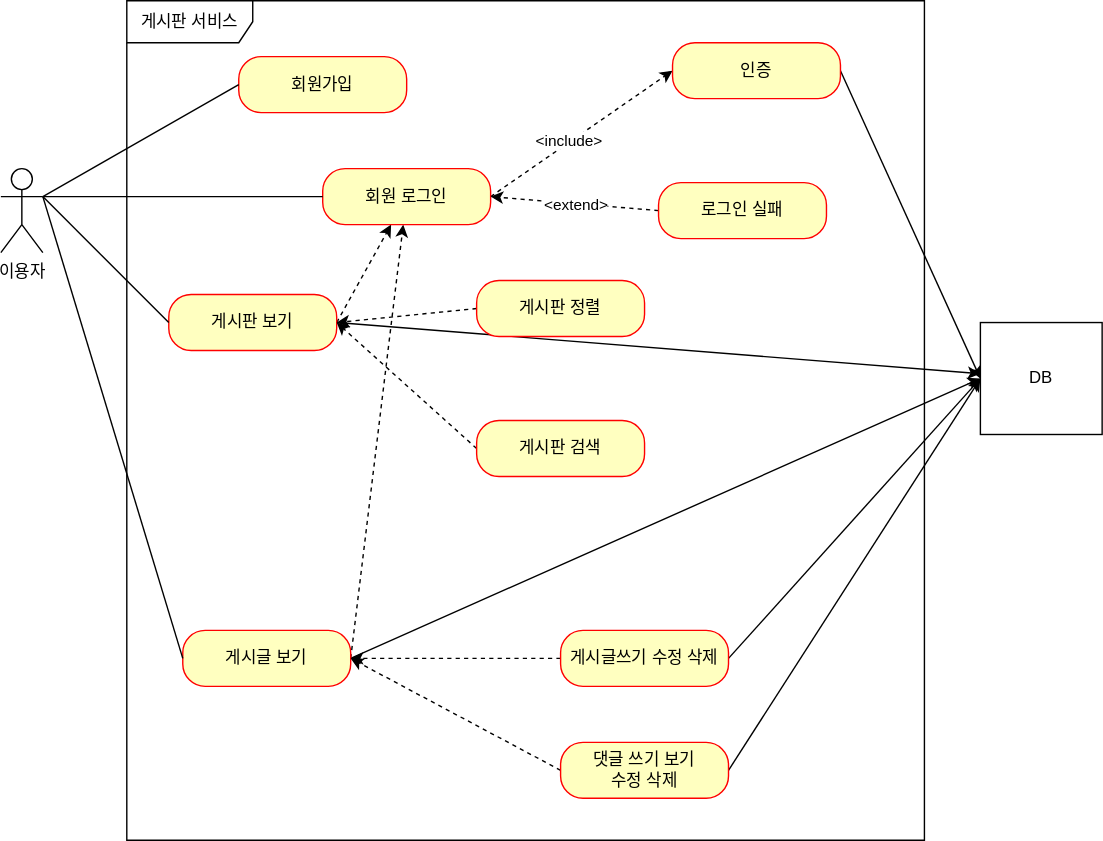
Earlier version of the draw.io export document/use-case.svg (Minzion0/project-board). Source tidied: cells renumbered, new cells last; positions are measured from the earlier drawing's top-left corner, leaving out a move shared by most shapes.
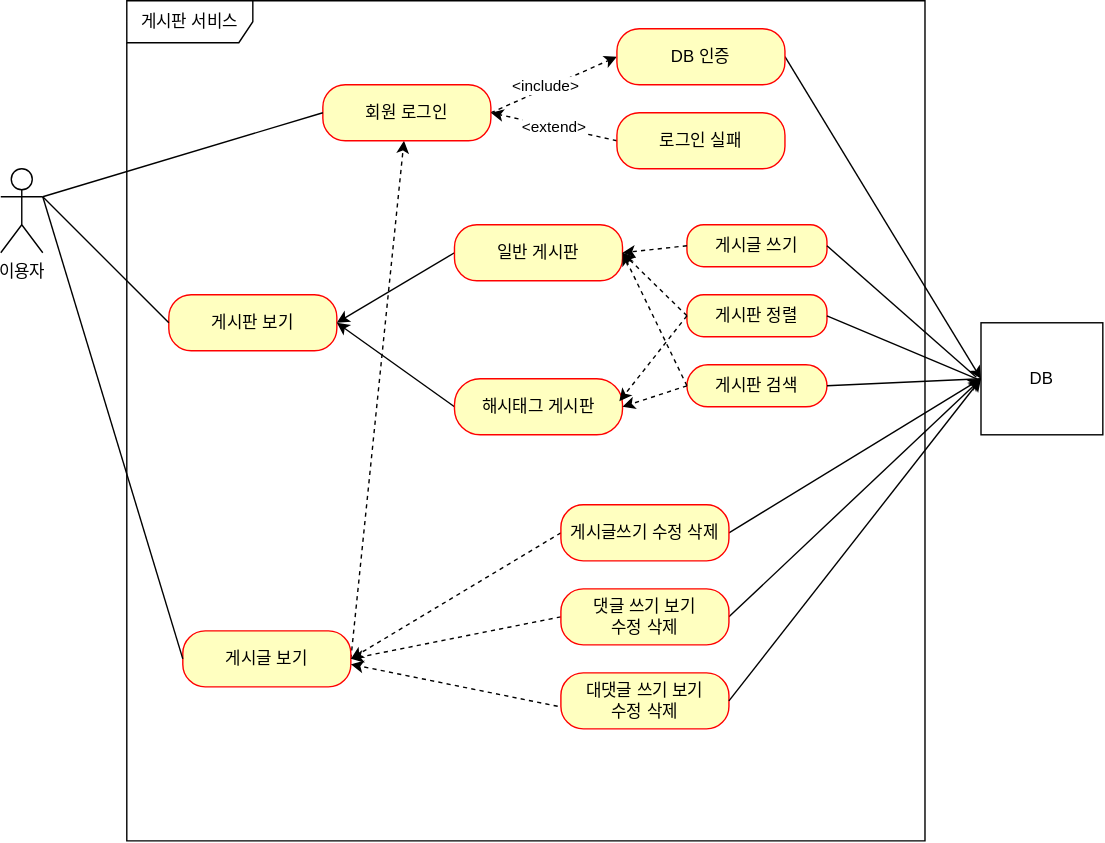
The same file after the commit.

Commit message:
use-case.svg 현재 서비스 상황에 맞춰 업데이트

The edit, as a diff of the source:
```diff
@@ -8,24 +8,12 @@
     <mxCell id="3" value="게시판 서비스" style="shape=umlFrame;whiteSpace=wrap;html=1;width=90;height=30;" parent="1" vertex="1">
       <mxGeometry x="90" width="570" height="600" as="geometry" />
     </mxCell>
-    <mxCell id="4" value="회원가입" style="rounded=1;whiteSpace=wrap;html=1;arcSize=40;fontColor=#000000;fillColor=#ffffc0;strokeColor=#ff0000;" parent="1" vertex="1">
-      <mxGeometry x="170" y="40" width="120" height="40" as="geometry" />
-    </mxCell>
-    <mxCell id="5" style="rounded=0;jettySize=auto;html=1;exitX=1;exitY=0.5;exitDx=0;exitDy=0;dashed=1;" parent="1" edge="1" source="7" target="13">
-      <mxGeometry relative="1" as="geometry" />
-    </mxCell>
-    <mxCell id="6" style="rounded=0;jettySize=auto;html=1;exitX=1;exitY=0.5;exitDx=0;exitDy=0;" parent="1" edge="1" source="7" target="33">
-      <mxGeometry relative="1" as="geometry" />
-    </mxCell>
     <mxCell id="7" value="게시판 보기" style="rounded=1;whiteSpace=wrap;html=1;arcSize=40;fontColor=#000000;fillColor=#ffffc0;strokeColor=#ff0000;" parent="1" vertex="1">
       <mxGeometry x="120" y="210" width="120" height="40" as="geometry" />
     </mxCell>
     <mxCell id="8" style="rounded=0;jettySize=auto;html=1;exitX=1;exitY=0.5;exitDx=0;exitDy=0;dashed=1;" parent="1" edge="1" source="10" target="13">
       <mxGeometry relative="1" as="geometry" />
     </mxCell>
-    <mxCell id="9" style="rounded=0;jettySize=auto;html=1;exitX=1;exitY=0.5;exitDx=0;exitDy=0;entryX=0;entryY=0.5;entryDx=0;entryDy=0;" parent="1" edge="1" source="10" target="33">
-      <mxGeometry relative="1" as="geometry" />
-    </mxCell>
     <mxCell id="10" value="게시글 보기" style="rounded=1;whiteSpace=wrap;html=1;arcSize=40;fontColor=#000000;fillColor=#ffffc0;strokeColor=#ff0000;" parent="1" vertex="1">
       <mxGeometry x="130" y="450" width="120" height="40" as="geometry" />
     </mxCell>
@@ -36,13 +24,13 @@
       <mxGeometry x="-0.12" y="2" relative="1" as="geometry" />
     </mxCell>
     <mxCell id="13" value="회원 로그인" style="rounded=1;whiteSpace=wrap;html=1;arcSize=40;fontColor=#000000;fillColor=#ffffc0;strokeColor=#ff0000;" parent="1" vertex="1">
-      <mxGeometry x="230" y="120" width="120" height="40" as="geometry" />
+      <mxGeometry x="230" y="60" width="120" height="40" as="geometry" />
     </mxCell>
     <mxCell id="14" style="rounded=0;jettySize=auto;html=1;exitX=1;exitY=0.5;exitDx=0;exitDy=0;entryX=0;entryY=0.5;entryDx=0;entryDy=0;" parent="1" edge="1" source="15" target="33">
       <mxGeometry relative="1" as="geometry" />
     </mxCell>
-    <mxCell id="15" value="인증" style="rounded=1;whiteSpace=wrap;html=1;arcSize=40;fontColor=#000000;fillColor=#ffffc0;strokeColor=#ff0000;" parent="1" vertex="1">
-      <mxGeometry x="480" y="30" width="120" height="40" as="geometry" />
+    <mxCell id="15" value="DB 인증" style="rounded=1;whiteSpace=wrap;html=1;arcSize=40;fontColor=#000000;fillColor=#ffffc0;strokeColor=#ff0000;" parent="1" vertex="1">
+      <mxGeometry x="440" y="20" width="120" height="40" as="geometry" />
     </mxCell>
     <mxCell id="16" style="rounded=0;jettySize=auto;html=1;exitX=0;exitY=0.5;exitDx=0;exitDy=0;entryX=1;entryY=0.5;entryDx=0;entryDy=0;dashed=1;" parent="1" edge="1" source="18" target="13">
       <mxGeometry relative="1" as="geometry" />
@@ -51,19 +39,19 @@
       <mxGeometry relative="1" as="geometry" />
     </mxCell>
     <mxCell id="18" value="로그인 실패" style="rounded=1;whiteSpace=wrap;html=1;arcSize=40;fontColor=#000000;fillColor=#ffffc0;strokeColor=#ff0000;" parent="1" vertex="1">
-      <mxGeometry x="470" y="130" width="120" height="40" as="geometry" />
+      <mxGeometry x="440" y="80" width="120" height="40" as="geometry" />
     </mxCell>
-    <mxCell id="19" style="rounded=0;jettySize=auto;html=1;exitX=0;exitY=0.5;exitDx=0;exitDy=0;dashed=1;entryX=1;entryY=0.5;entryDx=0;entryDy=0;" parent="1" edge="1" source="20" target="7">
+    <mxCell id="19" style="rounded=0;jettySize=auto;html=1;exitX=0;exitY=0.5;exitDx=0;exitDy=0;entryX=1;entryY=0.5;entryDx=0;entryDy=0;" parent="1" edge="1" source="20" target="7">
       <mxGeometry relative="1" as="geometry" />
     </mxCell>
-    <mxCell id="20" value="게시판 정렬" style="rounded=1;whiteSpace=wrap;html=1;arcSize=40;fontColor=#000000;fillColor=#ffffc0;strokeColor=#ff0000;" parent="1" vertex="1">
-      <mxGeometry x="340" y="200" width="120" height="40" as="geometry" />
+    <mxCell id="20" value="일반 게시판" style="rounded=1;whiteSpace=wrap;html=1;arcSize=40;fontColor=#000000;fillColor=#ffffc0;strokeColor=#ff0000;" parent="1" vertex="1">
+      <mxGeometry x="324" y="160" width="120" height="40" as="geometry" />
     </mxCell>
-    <mxCell id="21" style="rounded=0;jettySize=auto;html=1;exitX=0;exitY=0.5;exitDx=0;exitDy=0;entryX=1;entryY=0.5;entryDx=0;entryDy=0;dashed=1;" parent="1" edge="1" source="22" target="7">
+    <mxCell id="21" style="rounded=0;jettySize=auto;html=1;exitX=0;exitY=0.5;exitDx=0;exitDy=0;entryX=1;entryY=0.5;entryDx=0;entryDy=0;" parent="1" edge="1" source="22" target="7">
       <mxGeometry relative="1" as="geometry" />
     </mxCell>
-    <mxCell id="22" value="게시판 검색" style="rounded=1;whiteSpace=wrap;html=1;arcSize=40;fontColor=#000000;fillColor=#ffffc0;strokeColor=#ff0000;" parent="1" vertex="1">
-      <mxGeometry x="340" y="300" width="120" height="40" as="geometry" />
+    <mxCell id="22" value="해시태그 게시판" style="rounded=1;whiteSpace=wrap;html=1;arcSize=46;fontColor=#000000;fillColor=#ffffc0;strokeColor=#ff0000;" parent="1" vertex="1">
+      <mxGeometry x="324" y="270" width="120" height="40" as="geometry" />
     </mxCell>
     <mxCell id="23" style="rounded=0;jettySize=auto;html=1;exitX=0;exitY=0.5;exitDx=0;exitDy=0;entryX=1;entryY=0.5;entryDx=0;entryDy=0;dashed=1;" parent="1" edge="1" source="25" target="10">
       <mxGeometry relative="1" as="geometry" />
@@ -72,7 +60,7 @@
       <mxGeometry relative="1" as="geometry" />
     </mxCell>
     <mxCell id="25" value="게시글쓰기 수정 삭제" style="rounded=1;whiteSpace=wrap;html=1;arcSize=40;fontColor=#000000;fillColor=#ffffc0;strokeColor=#ff0000;" parent="1" vertex="1">
-      <mxGeometry x="400" y="450" width="120" height="40" as="geometry" />
+      <mxGeometry x="400" y="360" width="120" height="40" as="geometry" />
     </mxCell>
     <mxCell id="26" style="rounded=0;jettySize=auto;html=1;exitX=0;exitY=0.5;exitDx=0;exitDy=0;entryX=1;entryY=0.5;entryDx=0;entryDy=0;dashed=1;" parent="1" edge="1" source="28" target="10">
       <mxGeometry relative="1" as="geometry" />
@@ -83,13 +71,8 @@
       </mxGeometry>
     </mxCell>
     <mxCell id="28" value="댓글 쓰기 보기 &lt;br&gt;수정 삭제" style="rounded=1;whiteSpace=wrap;html=1;arcSize=40;fontColor=#000000;fillColor=#ffffc0;strokeColor=#ff0000;" parent="1" vertex="1">
-      <mxGeometry x="400" y="530" width="120" height="40" as="geometry" />
+      <mxGeometry x="400" y="420" width="120" height="40" as="geometry" />
     </mxCell>
-    <mxCell id="29" style="rounded=0;jettySize=auto;html=1;exitX=0;exitY=0.5;exitDx=0;exitDy=0;endArrow=none;endFill=0;" parent="1" edge="1" source="4">
-      <mxGeometry relative="1" as="geometry">
-        <mxPoint x="30" y="140" as="targetPoint" />
-      </mxGeometry>
-    </mxCell>
     <mxCell id="30" style="rounded=0;jettySize=auto;html=1;exitX=0;exitY=0.5;exitDx=0;exitDy=0;entryX=1;entryY=0.3333333333333333;entryDx=0;entryDy=0;entryPerimeter=0;endArrow=none;endFill=0;" parent="1" edge="1" source="13" target="2">
       <mxGeometry relative="1" as="geometry" />
     </mxCell>
@@ -102,5 +85,49 @@
     <mxCell id="33" value="DB" style="html=1;whiteSpace=wrap;" parent="1" vertex="1">
       <mxGeometry x="700" y="230" width="87" height="80" as="geometry" />
     </mxCell>
+    <mxCell id="34" value="게시글 쓰기" style="rounded=1;whiteSpace=wrap;html=1;arcSize=40;fontColor=#000000;fillColor=#ffffc0;strokeColor=#ff0000;" parent="1" vertex="1">
+      <mxGeometry x="490" y="160" width="100" height="30" as="geometry" />
+    </mxCell>
+    <mxCell id="35" value="게시판 정렬" style="rounded=1;whiteSpace=wrap;html=1;arcSize=40;fontColor=#000000;fillColor=#ffffc0;strokeColor=#ff0000;" parent="1" vertex="1">
+      <mxGeometry x="490" y="210" width="100" height="30" as="geometry" />
+    </mxCell>
+    <mxCell id="36" value="게시판 검색" style="rounded=1;whiteSpace=wrap;html=1;arcSize=50;fontColor=#000000;fillColor=#ffffc0;strokeColor=#ff0000;" parent="1" vertex="1">
+      <mxGeometry x="490" y="260" width="100" height="30" as="geometry" />
+    </mxCell>
+    <mxCell id="37" style="endArrow=classic;html=1;rounded=0;entryX=1;entryY=0.5;entryDx=0;entryDy=0;exitX=0;exitY=0.5;exitDx=0;exitDy=0;dashed=1;" parent="1" edge="1" source="35" target="20">
+      <mxGeometry relative="1" as="geometry" />
+    </mxCell>
+    <mxCell id="38" style="endArrow=classic;html=1;rounded=0;exitX=0;exitY=0.5;exitDx=0;exitDy=0;entryX=1;entryY=0.5;entryDx=0;entryDy=0;dashed=1;" parent="1" edge="1" source="34" target="20">
+      <mxGeometry relative="1" as="geometry" />
+    </mxCell>
+    <mxCell id="39" style="endArrow=classic;html=1;rounded=0;entryX=1;entryY=0.5;entryDx=0;entryDy=0;exitX=0;exitY=0.5;exitDx=0;exitDy=0;dashed=1;" parent="1" edge="1" source="36" target="20">
+      <mxGeometry relative="1" as="geometry" />
+    </mxCell>
+    <mxCell id="40" style="endArrow=classic;html=1;rounded=0;entryX=0.981;entryY=0.403;entryDx=0;entryDy=0;exitX=0;exitY=0.5;exitDx=0;exitDy=0;entryPerimeter=0;dashed=1;" parent="1" edge="1" source="35" target="22">
+      <mxGeometry relative="1" as="geometry" />
+    </mxCell>
+    <mxCell id="41" style="endArrow=classic;html=1;rounded=0;exitX=0;exitY=0.5;exitDx=0;exitDy=0;entryX=1;entryY=0.5;entryDx=0;entryDy=0;dashed=1;" parent="1" edge="1" source="36" target="22">
+      <mxGeometry relative="1" as="geometry" />
+    </mxCell>
+    <mxCell id="42" style="endArrow=none;html=1;rounded=0;exitX=1;exitY=0.5;exitDx=0;exitDy=0;entryX=-0.038;entryY=0.486;entryDx=0;entryDy=0;entryPerimeter=0;" parent="1" edge="1" source="34" target="33">
+      <mxGeometry relative="1" as="geometry" />
+    </mxCell>
+    <mxCell id="43" style="endArrow=none;html=1;rounded=0;exitX=1;exitY=0.5;exitDx=0;exitDy=0;" parent="1" edge="1" source="35">
+      <mxGeometry relative="1" as="geometry">
+        <mxPoint x="697" y="270" as="targetPoint" />
+      </mxGeometry>
+    </mxCell>
+    <mxCell id="44" style="endArrow=none;html=1;rounded=0;exitX=1;exitY=0.5;exitDx=0;exitDy=0;entryX=0;entryY=0.5;entryDx=0;entryDy=0;" parent="1" edge="1" source="36" target="33">
+      <mxGeometry relative="1" as="geometry" />
+    </mxCell>
+    <mxCell id="45" value="대댓글 쓰기 보기 &lt;br&gt;수정 삭제" style="rounded=1;whiteSpace=wrap;html=1;arcSize=40;fontColor=#000000;fillColor=#ffffc0;strokeColor=#ff0000;" parent="1" vertex="1">
+      <mxGeometry x="400" y="480" width="120" height="40" as="geometry" />
+    </mxCell>
+    <mxCell id="46" style="rounded=0;jettySize=auto;html=1;exitX=-0.019;exitY=0.597;exitDx=0;exitDy=0;entryX=1;entryY=0.597;entryDx=0;entryDy=0;dashed=1;entryPerimeter=0;exitPerimeter=0;" parent="1" edge="1" source="45" target="10">
+      <mxGeometry relative="1" as="geometry" />
+    </mxCell>
+    <mxCell id="47" style="rounded=0;jettySize=auto;html=1;exitX=1;exitY=0.5;exitDx=0;exitDy=0;entryX=0;entryY=0.5;entryDx=0;entryDy=0;" parent="1" edge="1" source="45" target="33">
+      <mxGeometry relative="1" as="geometry" />
+    </mxCell>
   </root>
 </mxGraphModel>
```
